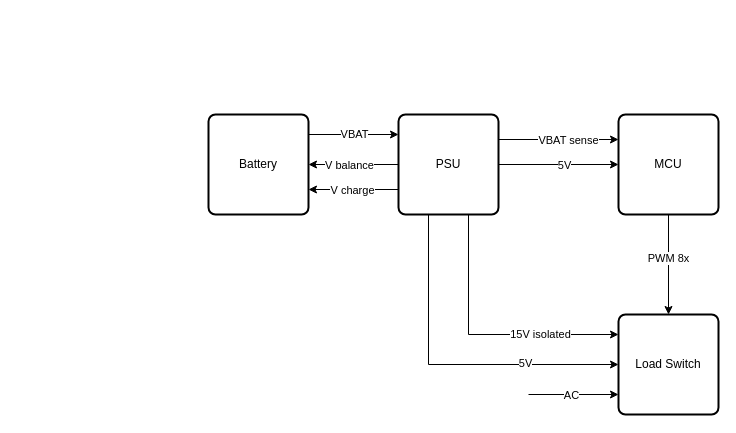
This is drawio/87s Boards.drawio from nicholasnloehrke/87s_research, a draw.io file, before an edit. Source tidied: cells renumbered, new cells numbered last; positions are measured from the earlier drawing's top-left corner, leaving out a move shared by most shapes. Both pictures are drawn from the tidied source at 100%, with x=0, y=0 at pixel (208, 114).
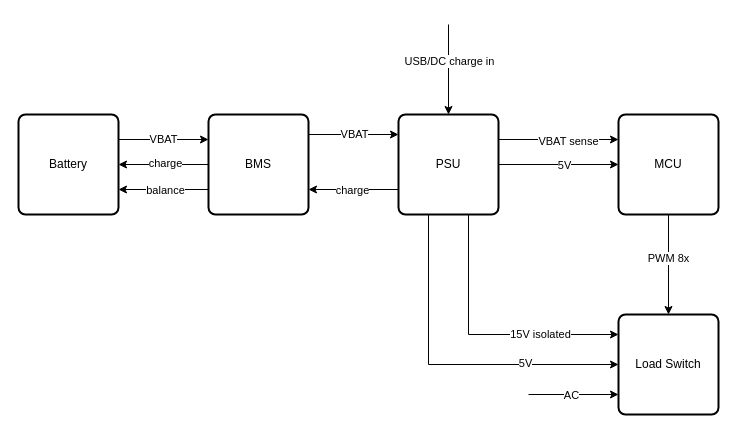
Above is the later version.

Unchanged cells that the change refers to:
```xml
<mxCell id="11" style="edgeStyle=orthogonalEdgeStyle;rounded=0;jettySize=auto;html=1;exitX=0;exitY=0.75;exitDx=0;exitDy=0;entryX=1;entryY=0.75;entryDx=0;entryDy=0;" parent="1" edge="1" source="15" target="21">
  <mxGeometry relative="1" as="geometry" />
</mxCell>
<mxCell id="15" value="PSU" style="rounded=1;whiteSpace=wrap;html=1;absoluteArcSize=1;arcSize=14;strokeWidth=2;" parent="1" vertex="1">
  <mxGeometry x="190" width="100" height="100" as="geometry" />
</mxCell>
```

The edit, as a diff of the source:
```diff
@@
-    <mxCell id="12" value="V charge" style="edgeLabel;html=1;align=center;verticalAlign=middle;" parent="11" vertex="1">
+    <mxCell id="12" value="charge" style="edgeLabel;html=1;align=center;verticalAlign=middle;" parent="11" vertex="1">
       <mxGeometry x="0.04" relative="1" as="geometry" />
     </mxCell>
-    <mxCell id="13" style="edgeStyle=orthogonalEdgeStyle;rounded=0;jettySize=auto;html=1;entryX=1;entryY=0.5;entryDx=0;entryDy=0;" parent="1" edge="1" source="15" target="21">
-      <mxGeometry relative="1" as="geometry" />
-    </mxCell>
-    <mxCell id="14" value="V balance" style="edgeLabel;html=1;align=center;verticalAlign=middle;" parent="13" vertex="1">
-      <mxGeometry x="0.1" relative="1" as="geometry" />
-    </mxCell>
@@
+    <mxCell id="24" style="edgeStyle=orthogonalEdgeStyle;rounded=0;jettySize=auto;html=1;entryX=1;entryY=0.5;entryDx=0;entryDy=0;" parent="1" edge="1" source="21" target="30">
+      <mxGeometry relative="1" as="geometry" />
+    </mxCell>
+    <mxCell id="25" value="charge" style="edgeLabel;html=1;align=center;verticalAlign=middle;" parent="24" vertex="1">
+      <mxGeometry x="-0.03" y="-2" relative="1" as="geometry" />
+    </mxCell>
+    <mxCell id="26" style="edgeStyle=orthogonalEdgeStyle;rounded=0;jettySize=auto;html=1;exitX=0;exitY=0.75;exitDx=0;exitDy=0;entryX=1;entryY=0.75;entryDx=0;entryDy=0;" parent="1" edge="1" source="21" target="30">
+      <mxGeometry relative="1" as="geometry" />
+    </mxCell>
+    <mxCell id="27" value="balance" style="edgeLabel;html=1;align=center;verticalAlign=middle;" parent="26" vertex="1">
+      <mxGeometry x="-0.02" relative="1" as="geometry" />
+    </mxCell>
-    <mxCell id="21" value="Battery" style="rounded=1;whiteSpace=wrap;html=1;absoluteArcSize=1;arcSize=14;strokeWidth=2;" parent="1" vertex="1">
+    <mxCell id="21" value="BMS" style="rounded=1;whiteSpace=wrap;html=1;absoluteArcSize=1;arcSize=14;strokeWidth=2;" parent="1" vertex="1">
       <mxGeometry width="100" height="100" as="geometry" />
     </mxCell>
@@
+    <mxCell id="28" style="edgeStyle=orthogonalEdgeStyle;rounded=0;jettySize=auto;html=1;exitX=1;exitY=0.25;exitDx=0;exitDy=0;entryX=0;entryY=0.25;entryDx=0;entryDy=0;" parent="1" edge="1" source="30" target="21">
+      <mxGeometry relative="1" as="geometry" />
+    </mxCell>
+    <mxCell id="29" value="VBAT" style="edgeLabel;html=1;align=center;verticalAlign=middle;" parent="28" vertex="1">
+      <mxGeometry x="-0.02" y="1" relative="1" as="geometry" />
+    </mxCell>
+    <mxCell id="30" value="Battery" style="rounded=1;whiteSpace=wrap;html=1;absoluteArcSize=1;arcSize=14;strokeWidth=2;" parent="1" vertex="1">
+      <mxGeometry x="-190" width="100" height="100" as="geometry" />
+    </mxCell>
+    <mxCell id="31" style="endArrow=classic;html=1;rounded=0;entryX=0.5;entryY=0;entryDx=0;entryDy=0;" parent="1" edge="1" target="15">
+      <mxGeometry relative="1" as="geometry">
+        <mxPoint x="240" y="-90" as="sourcePoint" />
+      </mxGeometry>
+    </mxCell>
+    <mxCell id="32" value="USB/DC charge in" style="edgeLabel;html=1;align=center;verticalAlign=middle;" parent="31" vertex="1">
+      <mxGeometry x="-0.19" relative="1" as="geometry" />
+    </mxCell>
```
